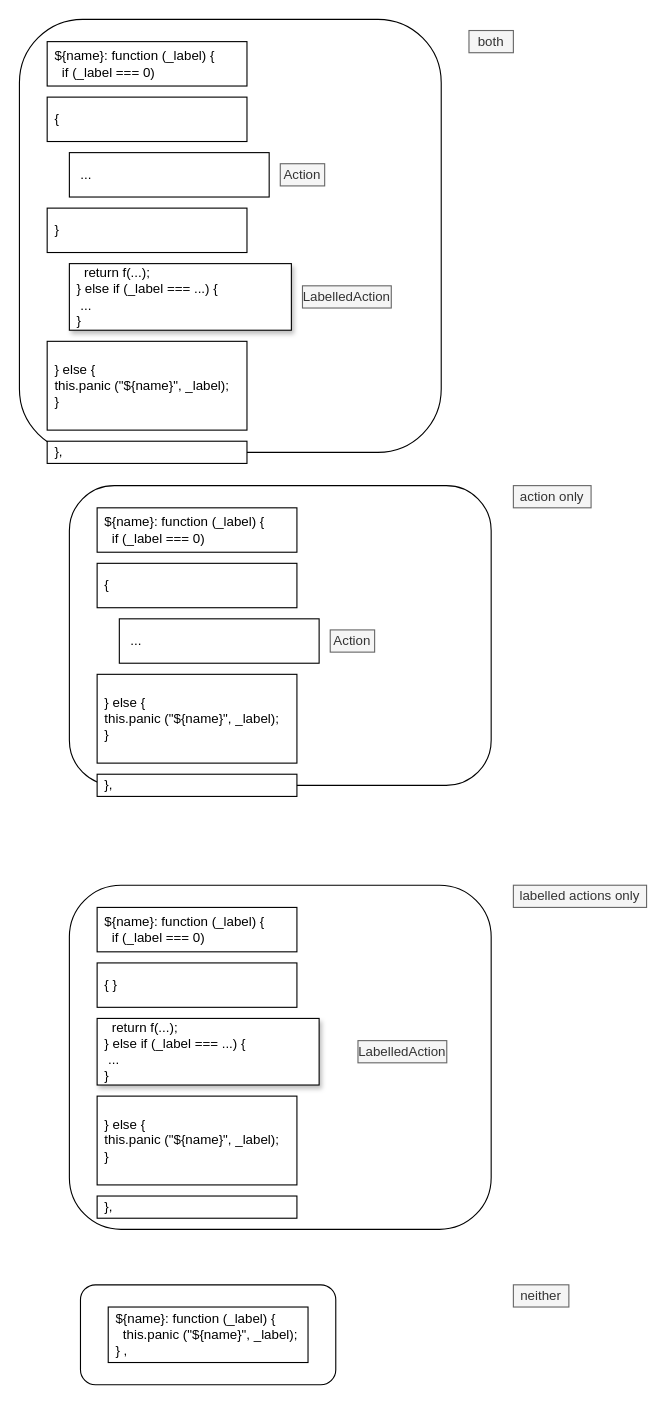
This is page "formatting" (8 of 12) of byte level data structures.drawio from guitarvydas/duct, a draw.io file, before an edit. Source tidied: cells renumbered, new cells numbered last; positions are measured from the earlier drawing's top-left corner, leaving out a move shared by most shapes. Both pictures are drawn from the tidied source at 111%, with x=0, y=0 at pixel (19, 19).
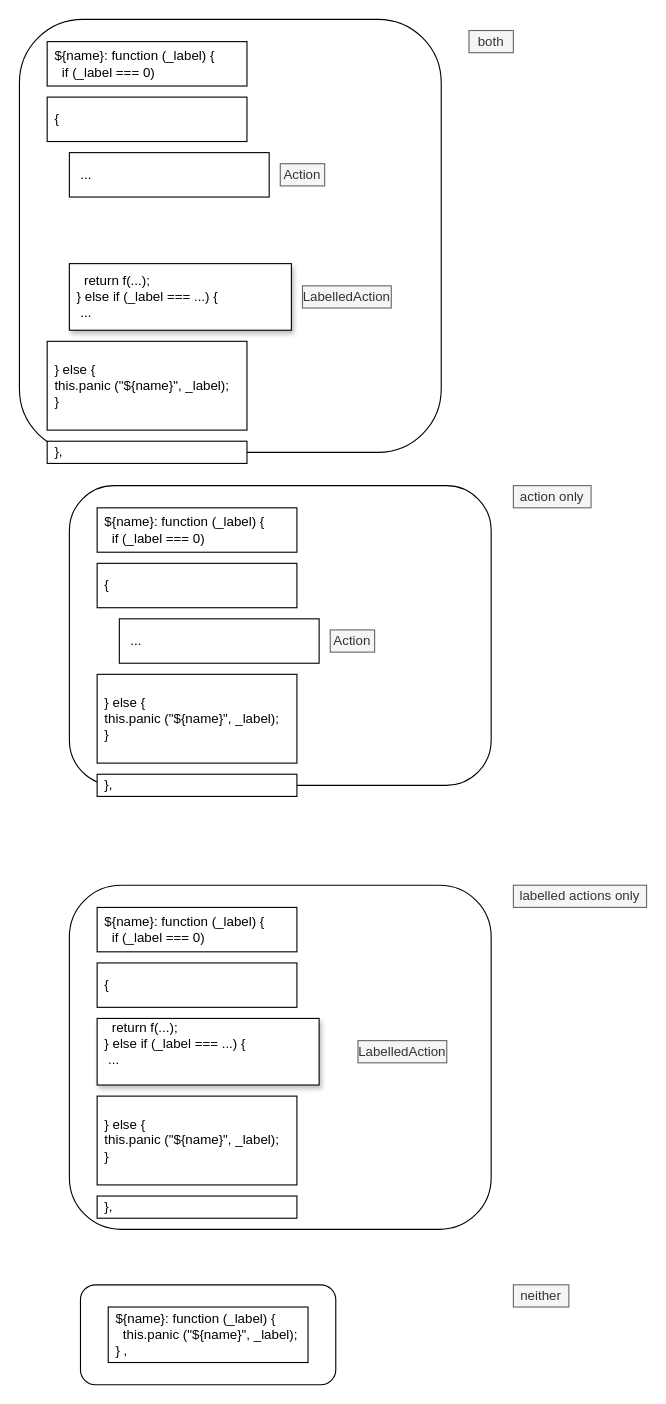
The same page after the edit.

The edit, as a diff of the source:
```diff
@@
-    <mxCell id="5" value="&lt;div&gt;&amp;nbsp; return f(...);&lt;/div&gt;&lt;div&gt;} else if (_label === ...) {&lt;/div&gt;&lt;div&gt;&amp;nbsp;...&lt;/div&gt;&lt;div&gt;}&lt;/div&gt;" style="rounded=0;whiteSpace=wrap;html=1;align=left;spacingLeft=5;shadow=1;" parent="1" vertex="1">
+    <mxCell id="5" value="&lt;div&gt;&amp;nbsp; return f(...);&lt;/div&gt;&lt;div&gt;} else if (_label === ...) {&lt;/div&gt;&lt;div&gt;&amp;nbsp;...&lt;/div&gt;" style="rounded=0;whiteSpace=wrap;html=1;align=left;spacingLeft=5;shadow=1;" parent="1" vertex="1">
       <mxGeometry x="45" y="220" width="200" height="60" as="geometry" />
     </mxCell>
@@
-    <mxCell id="10" value="&lt;div&gt;}&lt;/div&gt;" style="rounded=0;whiteSpace=wrap;html=1;align=left;spacingLeft=5;" parent="1" vertex="1">
-      <mxGeometry x="25" y="170" width="180" height="40" as="geometry" />
-    </mxCell>
@@
-    <mxCell id="15" value="&lt;div&gt;{ }&lt;/div&gt;" style="rounded=0;whiteSpace=wrap;html=1;align=left;spacingLeft=5;" parent="1" vertex="1">
+    <mxCell id="15" value="&lt;div&gt;{&amp;nbsp;&lt;/div&gt;" style="rounded=0;whiteSpace=wrap;html=1;align=left;spacingLeft=5;" parent="1" vertex="1">
       <mxGeometry x="70" y="850" width="180" height="40" as="geometry" />
     </mxCell>
@@
-    <mxCell id="31" value="&lt;div&gt;&amp;nbsp; return f(...);&lt;/div&gt;&lt;div&gt;} else if (_label === ...) {&lt;/div&gt;&lt;div&gt;&amp;nbsp;...&lt;/div&gt;&lt;div&gt;}&lt;/div&gt;" style="rounded=0;whiteSpace=wrap;html=1;align=left;spacingLeft=5;shadow=1;" parent="1" vertex="1">
+    <mxCell id="31" value="&lt;div&gt;&amp;nbsp; return f(...);&lt;/div&gt;&lt;div&gt;} else if (_label === ...) {&lt;/div&gt;&lt;div&gt;&amp;nbsp;...&lt;/div&gt;&lt;div&gt;&lt;br&gt;&lt;/div&gt;" style="rounded=0;whiteSpace=wrap;html=1;align=left;spacingLeft=5;shadow=1;" parent="1" vertex="1">
       <mxGeometry x="70" y="900" width="200" height="60" as="geometry" />
     </mxCell>
```
